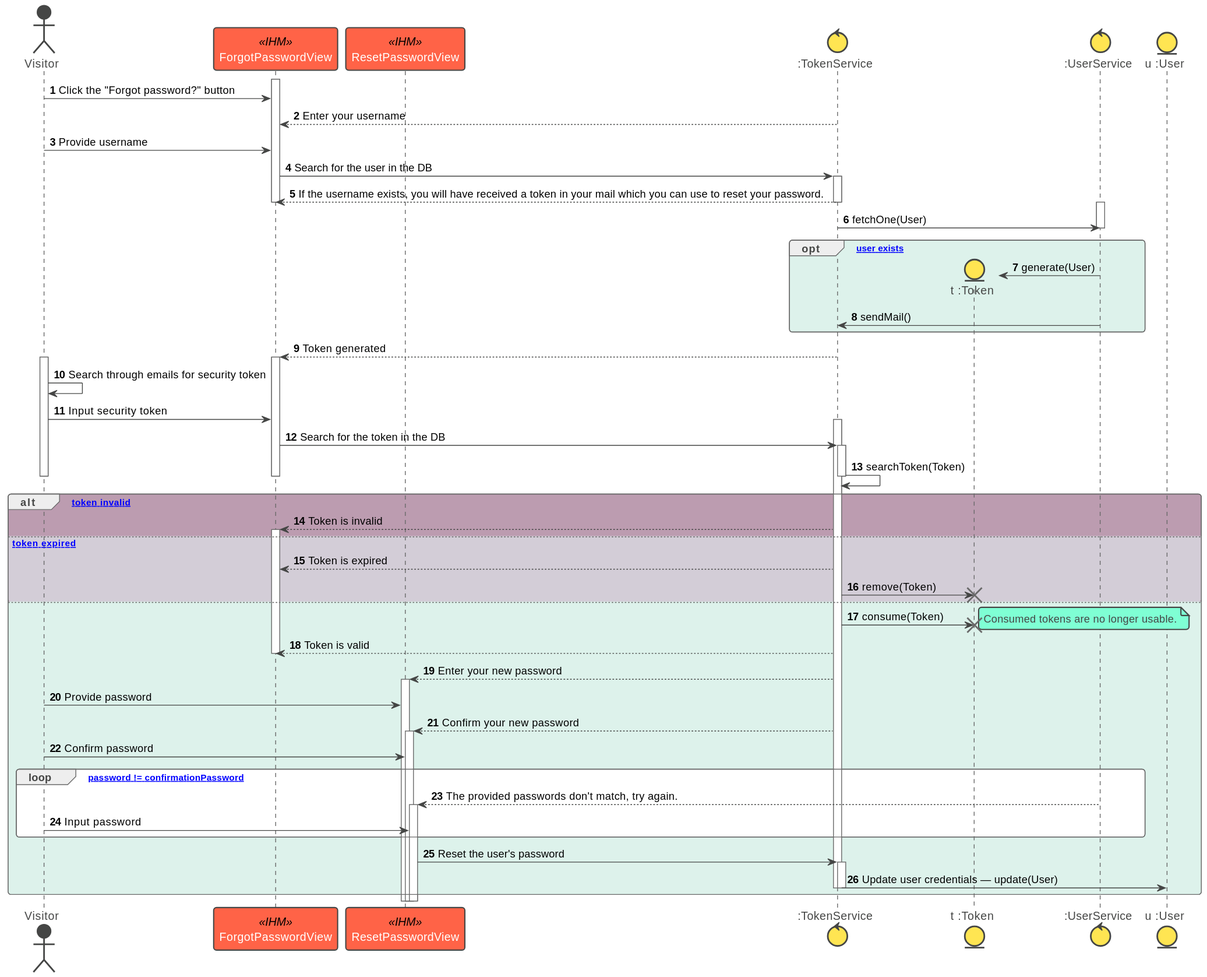
The PlantUML diagram doc/export/seq/token-gen.svg in Druid-ESPRIT/magnum-docs, before a commit.
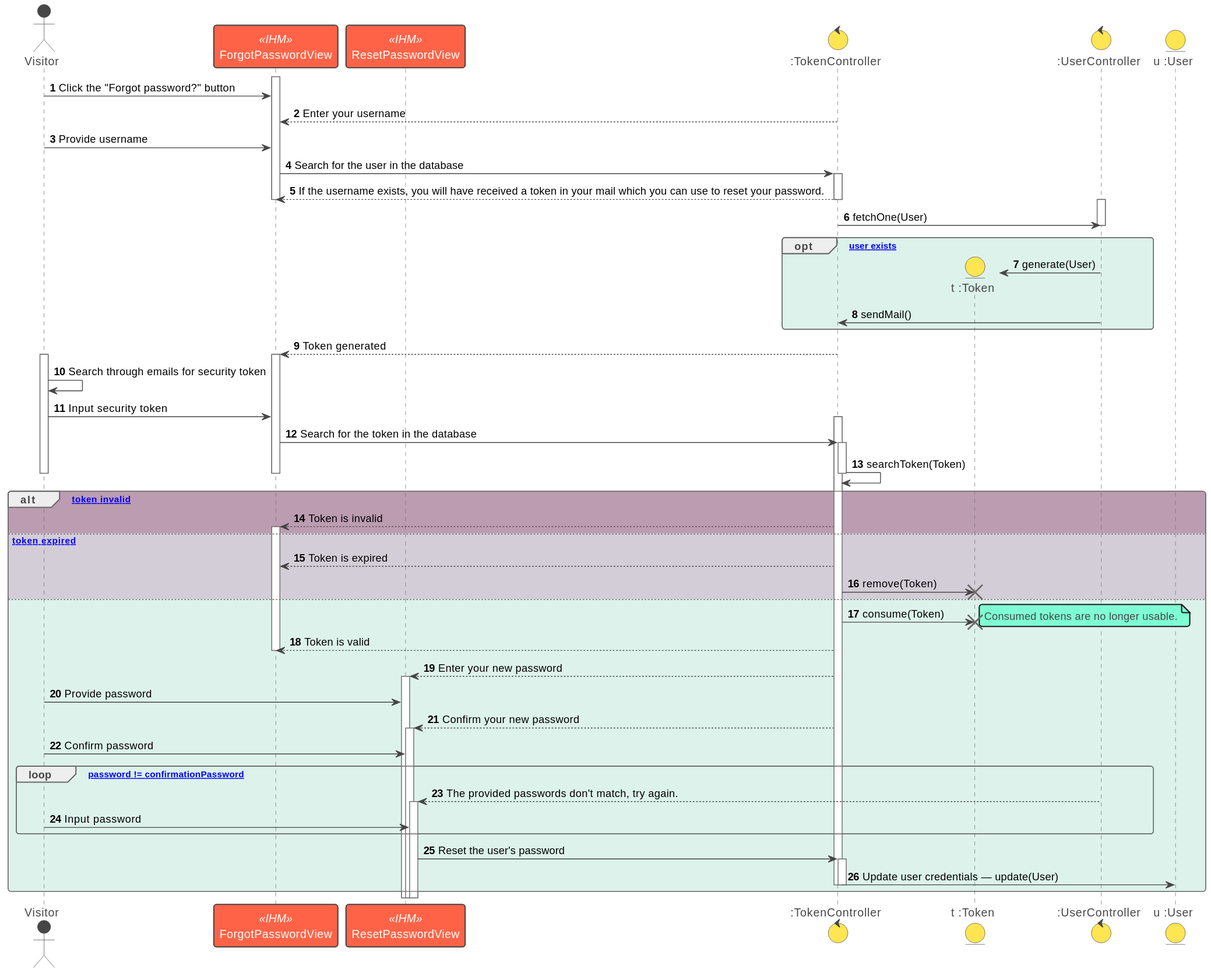
After the commit.

What changed in the source:
```diff
@@ -4,9 +4,9 @@
 actor Visitor as V
 participant "ForgotPasswordView" as IHMFP << IHM >>
 participant "ResetPasswordView" as IHMRP << IHM >>
-control ":TokenService" as TCtrl
+control ":TokenController" as TCtrl
 entity "t :Token" as Token
-control ":UserService" as UCtrl
+control ":UserController" as UCtrl
 entity "u :User" as User
 
 autonumber
@@ -15,7 +15,7 @@
 V -> IHMFP: Click the "Forgot password?" button
 TCtrl --> IHMFP: Enter your username
 V -> IHMFP: Provide username
-IHMFP -> TCtrl ++: Search for the user in the DB
+IHMFP -> TCtrl ++: Search for the user in the database
 TCtrl --> IHMFP --: If the username exists, you will have received a token in your mail which you can use to reset your password.
 deactivate IHMFP
 
@@ -36,7 +36,7 @@
 V -> V: Search through emails for security token
 V -> IHMFP: Input security token
 activate TCtrl
-IHMFP -> TCtrl++: Search for the token in the DB
+IHMFP -> TCtrl++: Search for the token in the database
 TCtrl -> TCtrl--: searchToken(Token)
 deactivate IHMFP
 deactivate V
```
